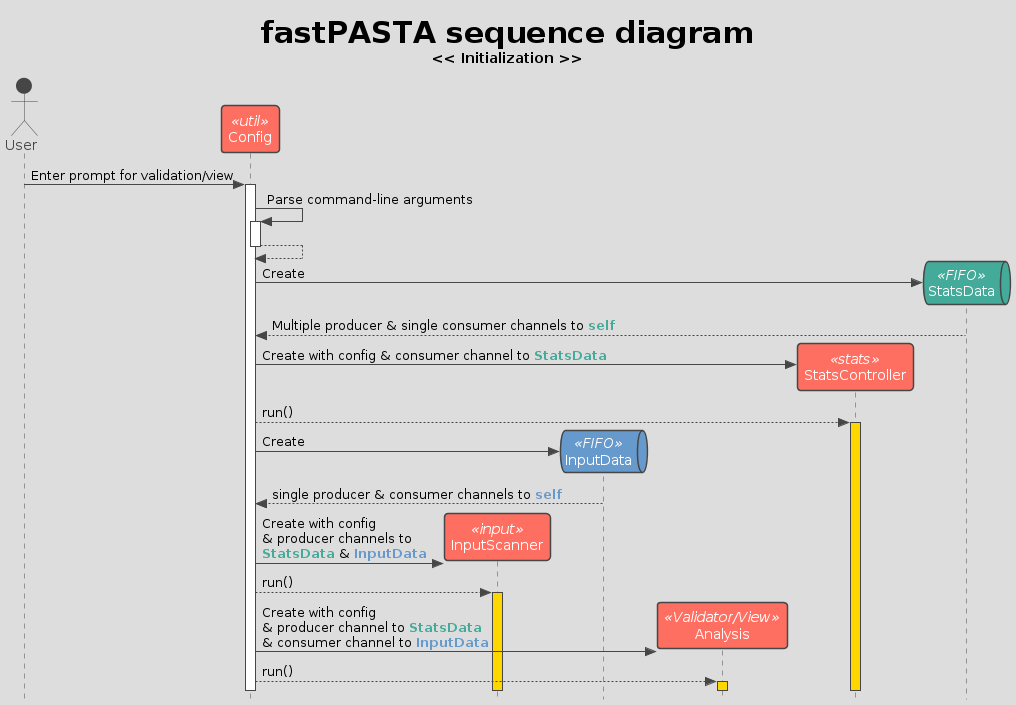
CramBL/fastPASTA keeps this PlantUML diagram as doc/sequence_initialization.png. Above is the earlier version.
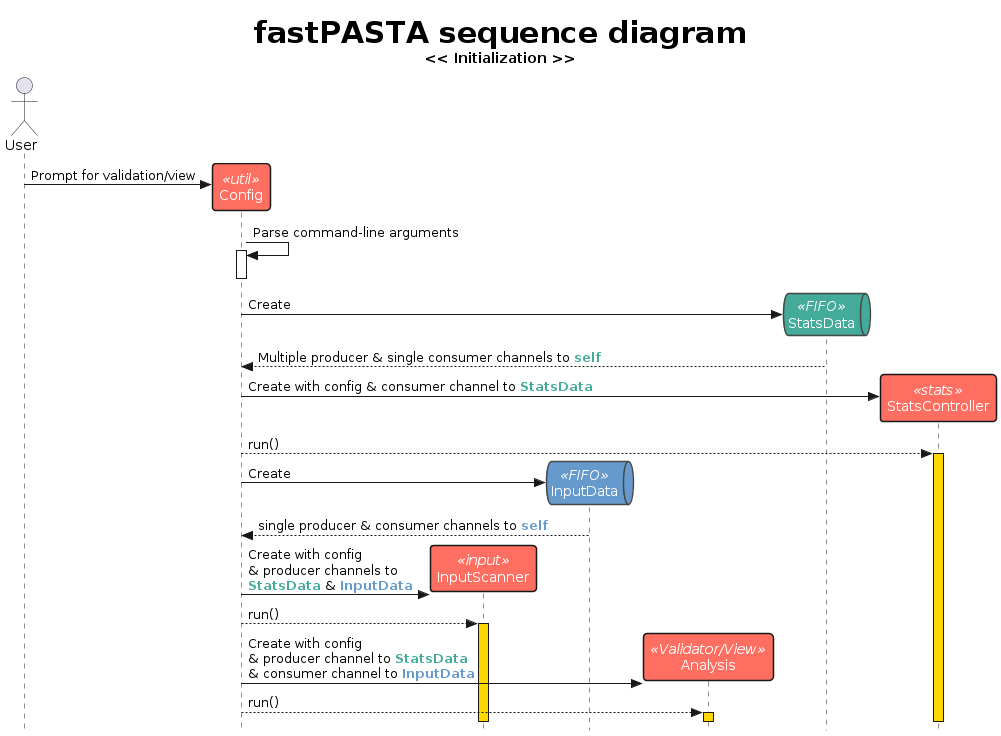
After the commit.

Commit message:
better colors

Change to the diagram source:
```diff
@@ -1,5 +1,19 @@
 @startuml sequence_initialization
-!theme toy from https://raw.githubusercontent.com/plantuml/plantuml/master/themes
+skinparam RoundCorner 7
+skinparam sequenceDivider {
+    BorderThickness 1
+}
+skinparam participant {
+    BackgroundColor FF6F61
+    FontColor White
+    BorderThickness 1.5
+}
+skinparam queue {
+    BackgroundColor FF6F61
+    BorderColor 454645
+    FontColor FFF
+    BorderThickness 1.5
+}
 skinparam style strictuml
 
 Title **<size:30>fastPASTA sequence diagram</size>**\n<< Initialization >>
@@ -10,18 +24,17 @@
 participant InputScanner as inputscanner << input >>
 queue InputData as inputfifo << FIFO >> #6699CC
 participant Analysis as analysis_thread << Validator/View >>
+queue StatsData as statsfifo << FIFO >> #44AA99
 participant StatsController as statscontroller << stats >>
-queue StatsData as statsfifo << FIFO >> #44AA99
 
 
 
 
-autoactivate on
+user -> config ** : Prompt for validation/view
+    config -> config: Parse command-line arguments
+activate config
+deactivate config
 
-user -> config ++ : Enter prompt for validation/view
-
-config -> config: Parse command-line arguments
-return
 config -> statsfifo ** : Create
     statsfifo --> config : Multiple producer & single consumer channels to <color #44AA99>**self**</color>
 config -> statscontroller ** : Create with config & consumer channel to <color #44AA99>**StatsData**</color>
```
